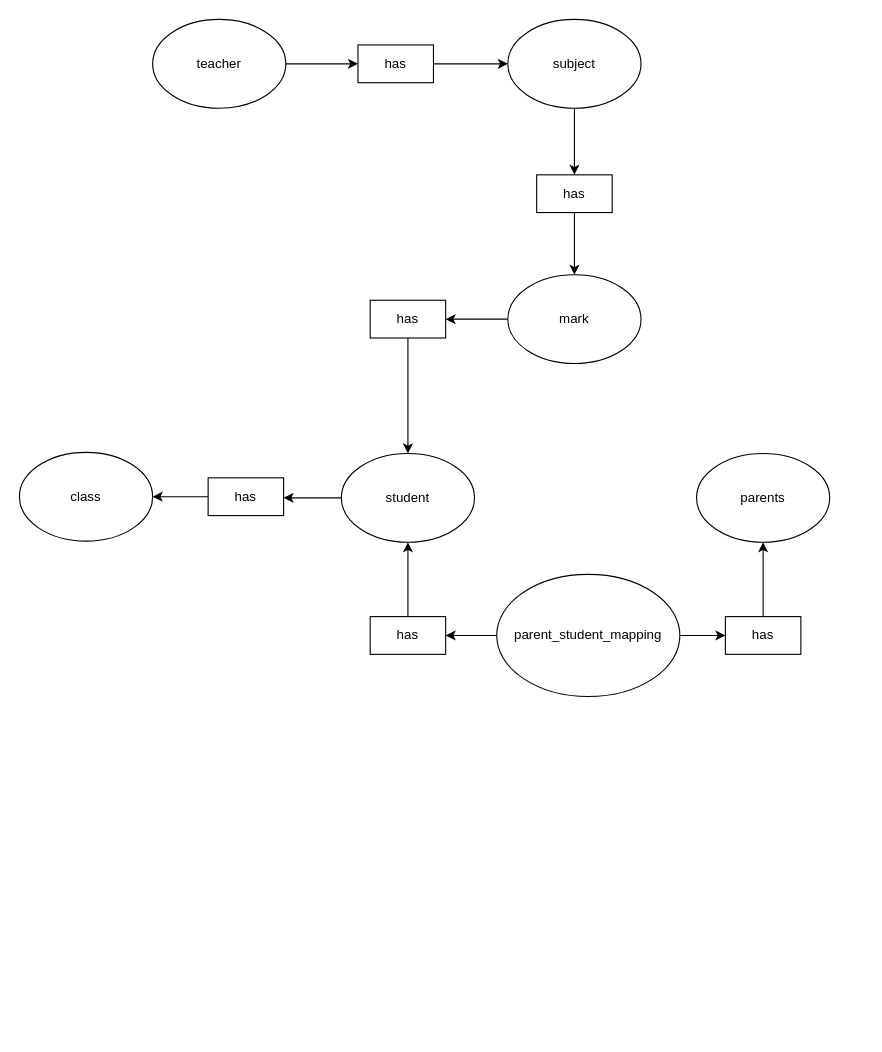
decoded-cipher/diagrams.net keeps this draw.io diagram as draw.io/Edumind - ER Diagram.drawio. Above is the earlier version. Source tidied: cells renumbered, new cells numbered last; positions are measured from the earlier drawing's top-left corner, leaving out a move shared by most shapes. Both pictures are drawn from the tidied source at 111%, with x=0, y=0 at pixel (19, 19).
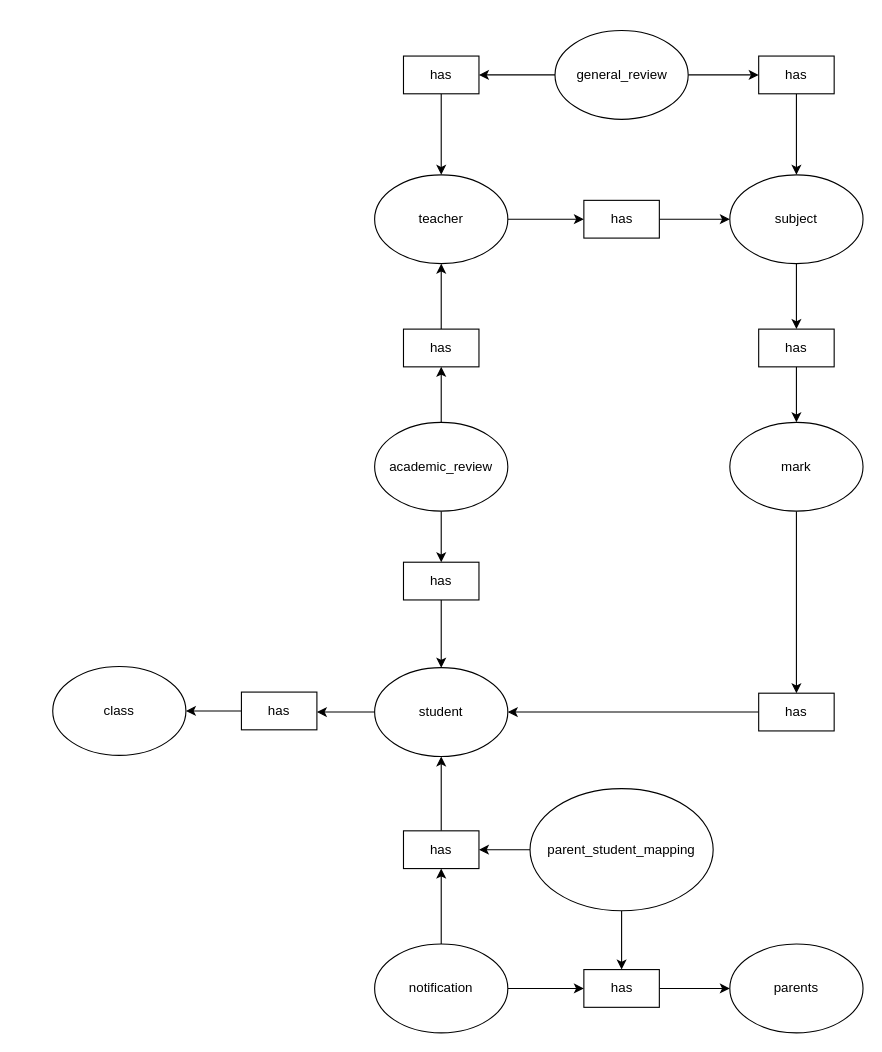
Above is the later version.

Diff of the diagram source:
```diff
@@
+    <mxCell id="27" style="group;" parent="1" vertex="1">
+      <mxGeometry x="30" y="10" width="730" height="903" as="geometry" />
+    </mxCell>
-    <mxCell id="2" style="edgeStyle=orthogonalEdgeStyle;rounded=0;jettySize=auto;html=1;" parent="1" edge="1" source="3">
+    <mxCell id="2" style="edgeStyle=orthogonalEdgeStyle;rounded=0;jettySize=auto;html=1;" parent="27" edge="1" source="3">
       <mxGeometry relative="1" as="geometry">
-        <mxPoint x="238" y="431" as="targetPoint" />
+        <mxPoint x="238" y="614" as="targetPoint" />
       </mxGeometry>
     </mxCell>
-    <mxCell id="3" value="student" style="ellipse;whiteSpace=wrap;html=1;" parent="1" vertex="1">
-      <mxGeometry x="290" y="391" width="120" height="80" as="geometry" />
+    <mxCell id="3" value="student" style="ellipse;whiteSpace=wrap;html=1;" parent="27" vertex="1">
+      <mxGeometry x="290" y="574" width="120" height="80" as="geometry" />
     </mxCell>
-    <mxCell id="4" value="parents" style="ellipse;whiteSpace=wrap;html=1;" parent="1" vertex="1">
-      <mxGeometry x="610" y="391" width="120" height="80" as="geometry" />
+    <mxCell id="4" value="parents" style="ellipse;whiteSpace=wrap;html=1;" parent="27" vertex="1">
+      <mxGeometry x="610" y="823" width="120" height="80" as="geometry" />
     </mxCell>
-    <mxCell id="5" style="edgeStyle=orthogonalEdgeStyle;rounded=0;jettySize=auto;html=1;exitX=0;exitY=0.5;exitDx=0;exitDy=0;entryX=1;entryY=0.5;entryDx=0;entryDy=0;" parent="1" edge="1" source="7" target="12">
+    <mxCell id="5" style="edgeStyle=orthogonalEdgeStyle;rounded=0;jettySize=auto;html=1;exitX=0;exitY=0.5;exitDx=0;exitDy=0;entryX=1;entryY=0.5;entryDx=0;entryDy=0;" parent="27" edge="1" source="7" target="12">
       <mxGeometry relative="1" as="geometry" />
     </mxCell>
-    <mxCell id="6" style="edgeStyle=orthogonalEdgeStyle;rounded=0;jettySize=auto;html=1;exitX=1;exitY=0.5;exitDx=0;exitDy=0;entryX=0;entryY=0.5;entryDx=0;entryDy=0;" parent="1" edge="1" source="7" target="10">
+    <mxCell id="6" style="edgeStyle=orthogonalEdgeStyle;rounded=0;jettySize=auto;html=1;exitX=0.5;exitY=1;exitDx=0;exitDy=0;entryX=0.5;entryY=0;entryDx=0;entryDy=0;" parent="27" edge="1" source="7" target="10">
       <mxGeometry relative="1" as="geometry" />
     </mxCell>
-    <mxCell id="7" value="parent_student_mapping" style="ellipse;whiteSpace=wrap;html=1;" parent="1" vertex="1">
-      <mxGeometry x="430" y="500" width="165" height="110" as="geometry" />
+    <mxCell id="7" value="parent_student_mapping" style="ellipse;whiteSpace=wrap;html=1;" parent="27" vertex="1">
+      <mxGeometry x="430" y="683" width="165" height="110" as="geometry" />
     </mxCell>
-    <mxCell id="8" value="class" style="ellipse;whiteSpace=wrap;html=1;" parent="1" vertex="1">
-      <mxGeometry y="390" width="120" height="80" as="geometry" />
+    <mxCell id="8" value="class" style="ellipse;whiteSpace=wrap;html=1;" parent="27" vertex="1">
+      <mxGeometry y="573" width="120" height="80" as="geometry" />
     </mxCell>
-    <mxCell id="9" style="edgeStyle=orthogonalEdgeStyle;rounded=0;jettySize=auto;html=1;exitX=0.5;exitY=0;exitDx=0;exitDy=0;entryX=0.5;entryY=1;entryDx=0;entryDy=0;" parent="1" edge="1" source="10" target="4">
+    <mxCell id="9" style="edgeStyle=orthogonalEdgeStyle;rounded=0;jettySize=auto;html=1;exitX=1;exitY=0.5;exitDx=0;exitDy=0;entryX=0;entryY=0.5;entryDx=0;entryDy=0;" parent="27" edge="1" source="10" target="4">
       <mxGeometry relative="1" as="geometry" />
     </mxCell>
-    <mxCell id="10" value="has" style="whiteSpace=wrap;html=1;" parent="1" vertex="1">
-      <mxGeometry x="636" y="538" width="68" height="34" as="geometry" />
+    <mxCell id="10" value="has" style="whiteSpace=wrap;html=1;" parent="27" vertex="1">
+      <mxGeometry x="478.5" y="846" width="68" height="34" as="geometry" />
     </mxCell>
-    <mxCell id="11" style="edgeStyle=orthogonalEdgeStyle;rounded=0;jettySize=auto;html=1;exitX=0.5;exitY=0;exitDx=0;exitDy=0;entryX=0.5;entryY=1;entryDx=0;entryDy=0;" parent="1" edge="1" source="12" target="3">
+    <mxCell id="11" style="edgeStyle=orthogonalEdgeStyle;rounded=0;jettySize=auto;html=1;exitX=0.5;exitY=0;exitDx=0;exitDy=0;entryX=0.5;entryY=1;entryDx=0;entryDy=0;" parent="27" edge="1" source="12" target="3">
       <mxGeometry relative="1" as="geometry" />
     </mxCell>
-    <mxCell id="12" value="has" style="whiteSpace=wrap;html=1;" parent="1" vertex="1">
-      <mxGeometry x="316" y="538" width="68" height="34" as="geometry" />
+    <mxCell id="12" value="has" style="whiteSpace=wrap;html=1;" parent="27" vertex="1">
+      <mxGeometry x="316" y="721" width="68" height="34" as="geometry" />
     </mxCell>
-    <mxCell id="13" style="edgeStyle=orthogonalEdgeStyle;rounded=0;jettySize=auto;html=1;exitX=1;exitY=0.5;exitDx=0;exitDy=0;entryX=0;entryY=0.5;entryDx=0;entryDy=0;" parent="1" edge="1" source="14" target="18">
+    <mxCell id="13" style="edgeStyle=orthogonalEdgeStyle;rounded=0;jettySize=auto;html=1;exitX=1;exitY=0.5;exitDx=0;exitDy=0;entryX=0;entryY=0.5;entryDx=0;entryDy=0;" parent="27" edge="1" source="14" target="18">
       <mxGeometry relative="1" as="geometry" />
     </mxCell>
-    <mxCell id="14" value="teacher" style="ellipse;whiteSpace=wrap;html=1;" parent="1" vertex="1">
-      <mxGeometry x="120" width="120" height="80" as="geometry" />
+    <mxCell id="14" value="teacher" style="ellipse;whiteSpace=wrap;html=1;" parent="27" vertex="1">
+      <mxGeometry x="290" y="130" width="120" height="80" as="geometry" />
     </mxCell>
-    <mxCell id="15" style="edgeStyle=orthogonalEdgeStyle;rounded=0;jettySize=auto;html=1;exitX=0.5;exitY=1;exitDx=0;exitDy=0;entryX=0.5;entryY=0;entryDx=0;entryDy=0;" parent="1" edge="1" source="16" target="22">
+    <mxCell id="15" style="edgeStyle=orthogonalEdgeStyle;rounded=0;jettySize=auto;html=1;exitX=0.5;exitY=1;exitDx=0;exitDy=0;entryX=0.5;entryY=0;entryDx=0;entryDy=0;" parent="27" edge="1" source="16" target="22">
       <mxGeometry relative="1" as="geometry" />
     </mxCell>
-    <mxCell id="16" value="subject" style="ellipse;whiteSpace=wrap;html=1;" parent="1" vertex="1">
-      <mxGeometry x="440" width="120" height="80" as="geometry" />
+    <mxCell id="16" value="subject" style="ellipse;whiteSpace=wrap;html=1;" parent="27" vertex="1">
+      <mxGeometry x="610" y="130" width="120" height="80" as="geometry" />
     </mxCell>
-    <mxCell id="17" style="edgeStyle=orthogonalEdgeStyle;rounded=0;jettySize=auto;html=1;exitX=1;exitY=0.5;exitDx=0;exitDy=0;entryX=0;entryY=0.5;entryDx=0;entryDy=0;" parent="1" edge="1" source="18" target="16">
+    <mxCell id="17" style="edgeStyle=orthogonalEdgeStyle;rounded=0;jettySize=auto;html=1;exitX=1;exitY=0.5;exitDx=0;exitDy=0;entryX=0;entryY=0.5;entryDx=0;entryDy=0;" parent="27" edge="1" source="18" target="16">
       <mxGeometry relative="1" as="geometry" />
     </mxCell>
-    <mxCell id="18" value="has" style="whiteSpace=wrap;html=1;" parent="1" vertex="1">
-      <mxGeometry x="305" y="23" width="68" height="34" as="geometry" />
+    <mxCell id="18" value="has" style="whiteSpace=wrap;html=1;" parent="27" vertex="1">
+      <mxGeometry x="478.5" y="153" width="68" height="34" as="geometry" />
     </mxCell>
-    <mxCell id="19" style="edgeStyle=orthogonalEdgeStyle;rounded=0;jettySize=auto;html=1;exitX=0;exitY=0.5;exitDx=0;exitDy=0;entryX=1;entryY=0.5;entryDx=0;entryDy=0;" parent="1" edge="1" source="20" target="26">
+    <mxCell id="19" style="edgeStyle=orthogonalEdgeStyle;rounded=0;jettySize=auto;html=1;exitX=0.5;exitY=1;exitDx=0;exitDy=0;entryX=0.5;entryY=0;entryDx=0;entryDy=0;" parent="27" edge="1" source="20" target="26">
       <mxGeometry relative="1" as="geometry" />
     </mxCell>
-    <mxCell id="20" value="mark" style="ellipse;whiteSpace=wrap;html=1;" parent="1" vertex="1">
-      <mxGeometry x="440" y="230" width="120" height="80" as="geometry" />
+    <mxCell id="20" value="mark" style="ellipse;whiteSpace=wrap;html=1;" parent="27" vertex="1">
+      <mxGeometry x="610" y="353" width="120" height="80" as="geometry" />
     </mxCell>
-    <mxCell id="21" style="edgeStyle=orthogonalEdgeStyle;rounded=0;jettySize=auto;html=1;exitX=0.5;exitY=1;exitDx=0;exitDy=0;entryX=0.5;entryY=0;entryDx=0;entryDy=0;" parent="1" edge="1" source="22" target="20">
+    <mxCell id="21" style="edgeStyle=orthogonalEdgeStyle;rounded=0;jettySize=auto;html=1;exitX=0.5;exitY=1;exitDx=0;exitDy=0;entryX=0.5;entryY=0;entryDx=0;entryDy=0;" parent="27" edge="1" source="22" target="20">
       <mxGeometry relative="1" as="geometry" />
     </mxCell>
-    <mxCell id="22" value="has" style="whiteSpace=wrap;html=1;" parent="1" vertex="1">
-      <mxGeometry x="466" y="140" width="68" height="34" as="geometry" />
+    <mxCell id="22" value="has" style="whiteSpace=wrap;html=1;" parent="27" vertex="1">
+      <mxGeometry x="636" y="269" width="68" height="34" as="geometry" />
     </mxCell>
-    <mxCell id="23" style="edgeStyle=orthogonalEdgeStyle;rounded=0;jettySize=auto;html=1;exitX=0;exitY=0.5;exitDx=0;exitDy=0;entryX=1;entryY=0.5;entryDx=0;entryDy=0;" parent="1" edge="1" source="24" target="8">
+    <mxCell id="23" style="edgeStyle=orthogonalEdgeStyle;rounded=0;jettySize=auto;html=1;exitX=0;exitY=0.5;exitDx=0;exitDy=0;entryX=1;entryY=0.5;entryDx=0;entryDy=0;" parent="27" edge="1" source="24" target="8">
       <mxGeometry relative="1" as="geometry" />
     </mxCell>
-    <mxCell id="24" value="has" style="whiteSpace=wrap;html=1;" parent="1" vertex="1">
-      <mxGeometry x="170" y="413" width="68" height="34" as="geometry" />
+    <mxCell id="24" value="has" style="whiteSpace=wrap;html=1;" parent="27" vertex="1">
+      <mxGeometry x="170" y="596" width="68" height="34" as="geometry" />
     </mxCell>
-    <mxCell id="25" style="edgeStyle=orthogonalEdgeStyle;rounded=0;jettySize=auto;html=1;exitX=0.5;exitY=1;exitDx=0;exitDy=0;entryX=0.5;entryY=0;entryDx=0;entryDy=0;" parent="1" edge="1" source="26" target="3">
+    <mxCell id="25" style="edgeStyle=orthogonalEdgeStyle;rounded=0;jettySize=auto;html=1;exitX=0;exitY=0.5;exitDx=0;exitDy=0;entryX=1;entryY=0.5;entryDx=0;entryDy=0;" parent="27" edge="1" source="26" target="3">
       <mxGeometry relative="1" as="geometry" />
     </mxCell>
-    <mxCell id="26" value="has" style="whiteSpace=wrap;html=1;" parent="1" vertex="1">
-      <mxGeometry x="316" y="253" width="68" height="34" as="geometry" />
+    <mxCell id="26" value="has" style="whiteSpace=wrap;html=1;" parent="27" vertex="1">
+      <mxGeometry x="636" y="597" width="68" height="34" as="geometry" />
     </mxCell>
+    <mxCell id="28" style="edgeStyle=orthogonalEdgeStyle;rounded=0;jettySize=auto;html=1;exitX=0.5;exitY=1;exitDx=0;exitDy=0;entryX=0.5;entryY=0;entryDx=0;entryDy=0;" parent="27" edge="1" source="30" target="34">
+      <mxGeometry relative="1" as="geometry" />
+    </mxCell>
+    <mxCell id="29" style="edgeStyle=orthogonalEdgeStyle;rounded=0;jettySize=auto;html=1;exitX=0.5;exitY=0;exitDx=0;exitDy=0;entryX=0.5;entryY=1;entryDx=0;entryDy=0;" parent="27" edge="1" source="30" target="32">
+      <mxGeometry relative="1" as="geometry" />
+    </mxCell>
+    <mxCell id="30" value="academic_review" style="ellipse;whiteSpace=wrap;html=1;" parent="27" vertex="1">
+      <mxGeometry x="290" y="353" width="120" height="80" as="geometry" />
+    </mxCell>
+    <mxCell id="31" style="edgeStyle=orthogonalEdgeStyle;rounded=0;jettySize=auto;html=1;exitX=0.5;exitY=0;exitDx=0;exitDy=0;entryX=0.5;entryY=1;entryDx=0;entryDy=0;" parent="27" edge="1" source="32" target="14">
+      <mxGeometry relative="1" as="geometry" />
+    </mxCell>
+    <mxCell id="32" value="has" style="whiteSpace=wrap;html=1;" parent="27" vertex="1">
+      <mxGeometry x="316" y="269" width="68" height="34" as="geometry" />
+    </mxCell>
+    <mxCell id="33" style="edgeStyle=orthogonalEdgeStyle;rounded=0;jettySize=auto;html=1;exitX=0.5;exitY=1;exitDx=0;exitDy=0;entryX=0.5;entryY=0;entryDx=0;entryDy=0;" parent="27" edge="1" source="34" target="3">
+      <mxGeometry relative="1" as="geometry" />
+    </mxCell>
+    <mxCell id="34" value="has" style="whiteSpace=wrap;html=1;" parent="27" vertex="1">
+      <mxGeometry x="316" y="479" width="68" height="34" as="geometry" />
+    </mxCell>
+    <mxCell id="35" style="edgeStyle=orthogonalEdgeStyle;rounded=0;jettySize=auto;html=1;exitX=1;exitY=0.5;exitDx=0;exitDy=0;entryX=0;entryY=0.5;entryDx=0;entryDy=0;" parent="27" edge="1" source="37" target="41">
+      <mxGeometry relative="1" as="geometry" />
+    </mxCell>
+    <mxCell id="36" style="edgeStyle=orthogonalEdgeStyle;rounded=0;jettySize=auto;html=1;exitX=0;exitY=0.5;exitDx=0;exitDy=0;entryX=1;entryY=0.5;entryDx=0;entryDy=0;" parent="27" edge="1" source="37" target="39">
+      <mxGeometry relative="1" as="geometry" />
+    </mxCell>
+    <mxCell id="37" value="general_review" style="ellipse;whiteSpace=wrap;html=1;" parent="27" vertex="1">
+      <mxGeometry x="452.5" width="120" height="80" as="geometry" />
+    </mxCell>
+    <mxCell id="38" style="edgeStyle=orthogonalEdgeStyle;rounded=0;jettySize=auto;html=1;exitX=0.5;exitY=1;exitDx=0;exitDy=0;entryX=0.5;entryY=0;entryDx=0;entryDy=0;" parent="27" edge="1" source="39" target="14">
+      <mxGeometry relative="1" as="geometry" />
+    </mxCell>
+    <mxCell id="39" value="has" style="whiteSpace=wrap;html=1;" parent="27" vertex="1">
+      <mxGeometry x="316" y="23" width="68" height="34" as="geometry" />
+    </mxCell>
+    <mxCell id="40" style="edgeStyle=orthogonalEdgeStyle;rounded=0;jettySize=auto;html=1;exitX=0.5;exitY=1;exitDx=0;exitDy=0;entryX=0.5;entryY=0;entryDx=0;entryDy=0;" parent="27" edge="1" source="41" target="16">
+      <mxGeometry relative="1" as="geometry" />
+    </mxCell>
+    <mxCell id="41" value="has" style="whiteSpace=wrap;html=1;" parent="27" vertex="1">
+      <mxGeometry x="636" y="23" width="68" height="34" as="geometry" />
+    </mxCell>
+    <mxCell id="42" style="edgeStyle=orthogonalEdgeStyle;rounded=0;jettySize=auto;html=1;exitX=0.5;exitY=0;exitDx=0;exitDy=0;entryX=0.5;entryY=1;entryDx=0;entryDy=0;" parent="27" edge="1" source="44" target="12">
+      <mxGeometry relative="1" as="geometry" />
+    </mxCell>
+    <mxCell id="43" style="edgeStyle=orthogonalEdgeStyle;rounded=0;jettySize=auto;html=1;exitX=1;exitY=0.5;exitDx=0;exitDy=0;entryX=0;entryY=0.5;entryDx=0;entryDy=0;" parent="27" edge="1" source="44" target="10">
+      <mxGeometry relative="1" as="geometry" />
+    </mxCell>
+    <mxCell id="44" value="notification" style="ellipse;whiteSpace=wrap;html=1;" parent="27" vertex="1">
+      <mxGeometry x="290" y="823" width="120" height="80" as="geometry" />
+    </mxCell>
```
